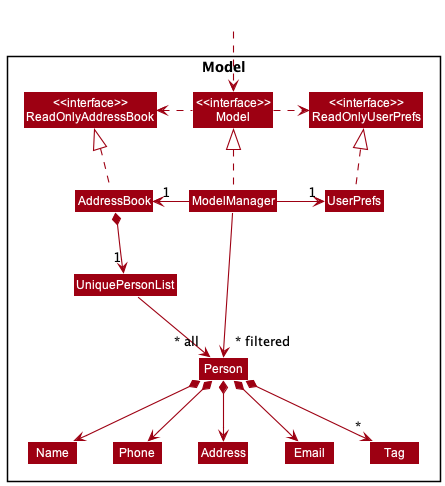
nus-cs2103-AY2223S1/tp keeps this PlantUML diagram as docs/images/ModelClassDiagram.png. Above is the earlier version.
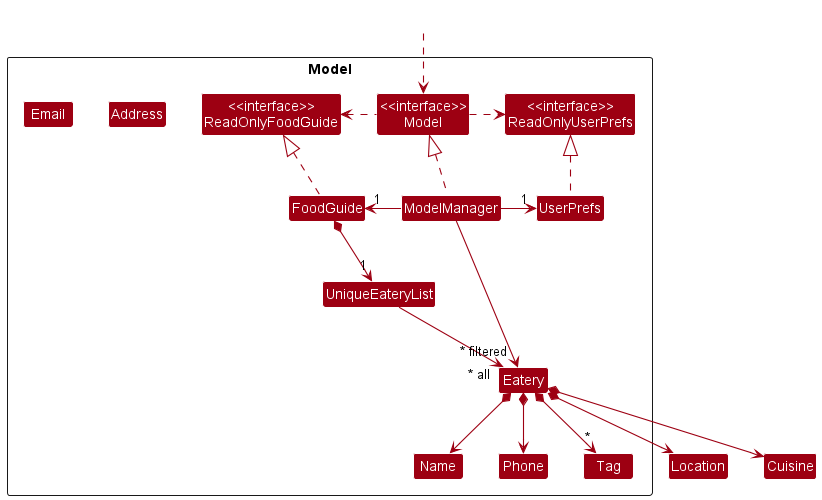
After the change.

Change to the diagram source:
```diff
@@ -5,15 +5,15 @@
 skinparam classBackgroundColor MODEL_COLOR
 
 Package Model <<Rectangle>>{
-Class "<<interface>>\nReadOnlyAddressBook" as ReadOnlyAddressBook
+Class "<<interface>>\nReadOnlyFoodGuide" as ReadOnlyFoodGuide
 Class "<<interface>>\nReadOnlyUserPrefs" as ReadOnlyUserPrefs
 Class "<<interface>>\nModel" as Model
-Class AddressBook
+Class FoodGuide
 Class ModelManager
 Class UserPrefs
 
-Class UniquePersonList
-Class Person
+Class UniqueEateryList
+Class Eatery
 Class Address
 Class Email
 Class Name
@@ -25,26 +25,26 @@
 Class HiddenOutside #FFFFFF
 HiddenOutside ..> Model
 
-AddressBook .up.|> ReadOnlyAddressBook
+FoodGuide .up.|> ReadOnlyFoodGuide
 
 ModelManager .up.|> Model
 Model .right.> ReadOnlyUserPrefs
-Model .left.> ReadOnlyAddressBook
-ModelManager -left-> "1" AddressBook
+Model .left.> ReadOnlyFoodGuide
+ModelManager -left-> "1" FoodGuide
 ModelManager -right-> "1" UserPrefs
 UserPrefs .up.|> ReadOnlyUserPrefs
 
-AddressBook *--> "1" UniquePersonList
-UniquePersonList --> "~* all" Person
-Person *--> Name
-Person *--> Phone
-Person *--> Email
-Person *--> Address
-Person *--> "*" Tag
+FoodGuide *--> "1" UniqueEateryList
+UniqueEateryList --> "~* all" Eatery
+Eatery *--> Name
+Eatery *--> Phone
+Eatery *--> Cuisine
+Eatery *--> Location
+Eatery *--> "*" Tag
 
 Name -[hidden]right-> Phone
-Phone -[hidden]right-> Address
-Address -[hidden]right-> Email
+Phone -[hidden]right-> Location
+Location -[hidden]right-> Cuisine
 
-ModelManager -->"~* filtered" Person
+ModelManager -->"~* filtered" Eatery
 @enduml
```
